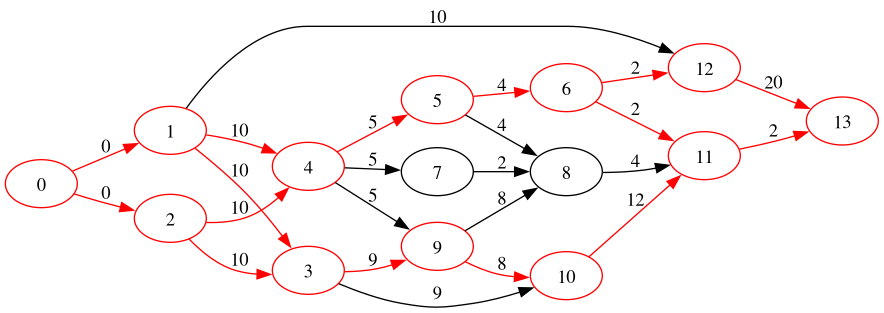
Before: out/test.png, a diagram exported from Graphviz (avivi55/graphs). Its source is kept beside it as out/test.gv.
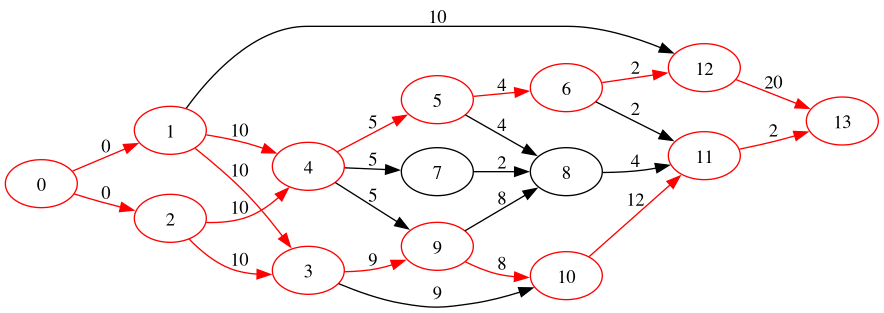
Above is the later version.

Change to the diagram source:
```diff
@@ -23,7 +23,7 @@
     "4" -> "9" [label="5" ]
     "5" -> "6" [label="4" color="red" ]
     "5" -> "8" [label="4" ]
-    "6" -> "11" [label="2" color="red" ]
+    "6" -> "11" [label="2" ]
     "6" -> "12" [label="2" color="red" ]
     "7" -> "8" [label="2" ]
     "8" -> "11" [label="4" ]
```
